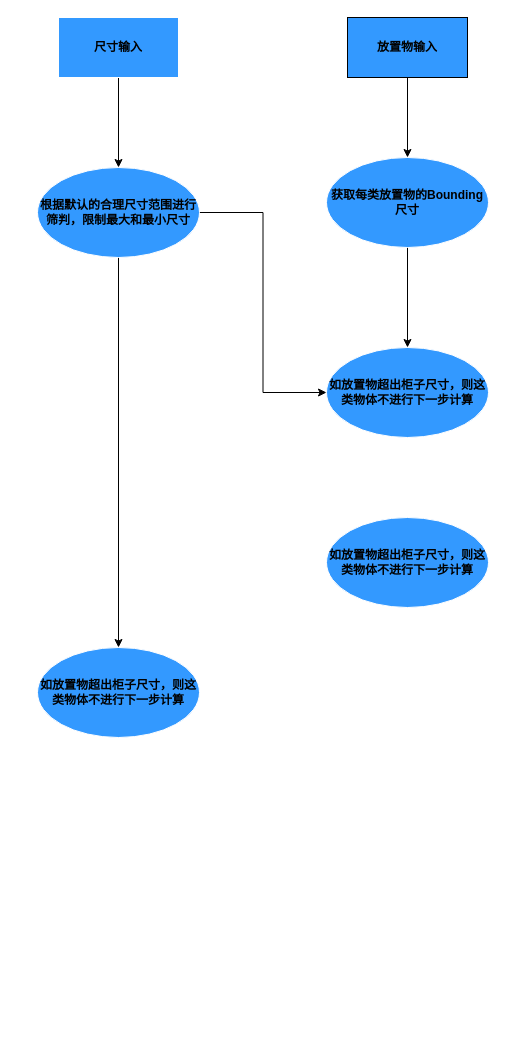
Earlier version of the draw.io diagram cabinet.drawio (caropro/program). Source tidied: cells renumbered, new cells numbered last; positions are measured from the earlier drawing's top-left corner, leaving out a move shared by most shapes. Both pictures are drawn from the tidied source at 100%, with x=0, y=0 at pixel (37, 17).
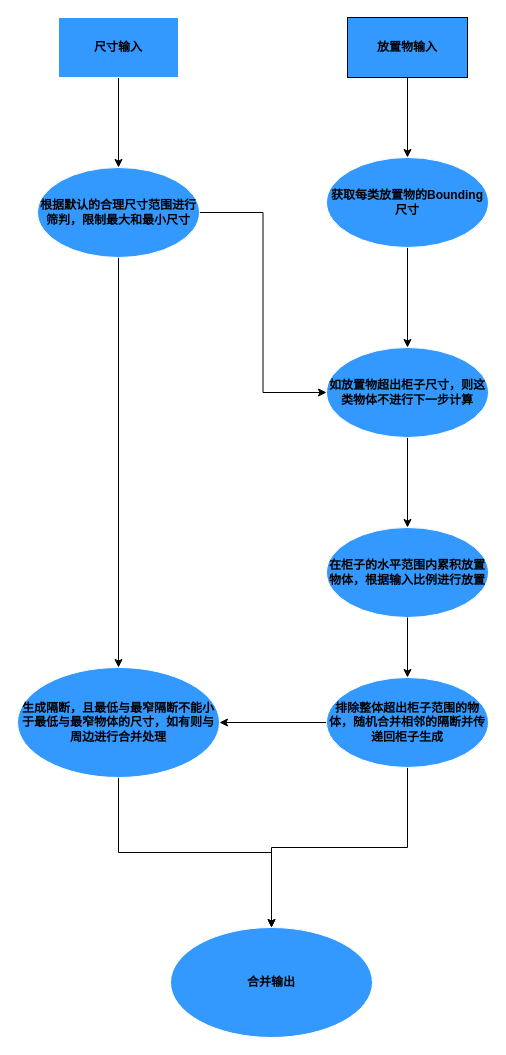
The same diagram, later.

Unchanged cells that the change refers to:
```xml
<mxCell id="8" value="根据默认的合理尺寸范围进行筛判，限制最大和最小尺寸" style="ellipse;whiteSpace=wrap;html=1;strokeColor=#FFFFFF;fillColor=#3399FF;fontStyle=1;" parent="1" vertex="1">
  <mxGeometry y="150" width="162" height="90" as="geometry" />
</mxCell>
<mxCell id="11" value="如放置物超出柜子尺寸，则这类物体不进行下一步计算" style="ellipse;whiteSpace=wrap;html=1;strokeColor=#FFFFFF;fillColor=#3399FF;fontStyle=1;" parent="1" vertex="1">
  <mxGeometry x="289" y="330" width="162" height="90" as="geometry" />
</mxCell>
```

Diff of the diagram source:
```diff
@@
-    <mxCell id="7" style="edgeStyle=orthogonalEdgeStyle;rounded=0;jettySize=auto;html=1;entryX=0.5;entryY=0;entryDx=0;entryDy=0;" parent="1" edge="1" source="8" target="12">
-      <mxGeometry relative="1" as="geometry" />
-    </mxCell>
+    <mxCell id="14" style="edgeStyle=orthogonalEdgeStyle;rounded=0;jettySize=auto;html=1;" parent="1" edge="1" source="8" target="20">
+      <mxGeometry relative="1" as="geometry" />
+    </mxCell>
@@
+    <mxCell id="15" style="edgeStyle=orthogonalEdgeStyle;rounded=0;jettySize=auto;html=1;entryX=0.5;entryY=0;entryDx=0;entryDy=0;" parent="1" edge="1" source="11" target="18">
+      <mxGeometry relative="1" as="geometry" />
+    </mxCell>
@@
-    <mxCell id="12" value="如放置物超出柜子尺寸，则这类物体不进行下一步计算" style="ellipse;whiteSpace=wrap;html=1;strokeColor=#FFFFFF;fillColor=#3399FF;fontStyle=1;" parent="1" vertex="1">
-      <mxGeometry y="630" width="162" height="90" as="geometry" />
-    </mxCell>
-    <mxCell id="13" value="如放置物超出柜子尺寸，则这类物体不进行下一步计算" style="ellipse;whiteSpace=wrap;html=1;strokeColor=#FFFFFF;fillColor=#3399FF;fontStyle=1;" parent="1" vertex="1">
-      <mxGeometry x="289" y="500" width="162" height="90" as="geometry" />
-    </mxCell>
+    <mxCell id="16" style="edgeStyle=orthogonalEdgeStyle;rounded=0;jettySize=auto;html=1;entryX=1;entryY=0.5;entryDx=0;entryDy=0;" parent="1" edge="1" source="23" target="20">
+      <mxGeometry relative="1" as="geometry" />
+    </mxCell>
+    <mxCell id="17" style="edgeStyle=orthogonalEdgeStyle;rounded=0;jettySize=auto;html=1;" parent="1" edge="1" source="23" target="21">
+      <mxGeometry relative="1" as="geometry" />
+    </mxCell>
+    <mxCell id="18" value="在柜子的水平范围内累积放置物体，根据输入比例进行放置" style="ellipse;whiteSpace=wrap;html=1;strokeColor=#FFFFFF;fillColor=#3399FF;fontStyle=1;" parent="1" vertex="1">
+      <mxGeometry x="289" y="510" width="162" height="90" as="geometry" />
+    </mxCell>
+    <mxCell id="19" style="edgeStyle=orthogonalEdgeStyle;rounded=0;jettySize=auto;html=1;" parent="1" edge="1" source="20" target="21">
+      <mxGeometry relative="1" as="geometry" />
+    </mxCell>
+    <mxCell id="20" value="生成隔断，且最低与最窄隔断不能小于最低与最窄物体的尺寸，如有则与周边进行合并处理" style="ellipse;whiteSpace=wrap;html=1;strokeColor=#FFFFFF;fillColor=#3399FF;fontStyle=1;" parent="1" vertex="1">
+      <mxGeometry x="-20" y="650" width="202" height="110" as="geometry" />
+    </mxCell>
+    <mxCell id="21" value="合并输出" style="ellipse;whiteSpace=wrap;html=1;strokeColor=#FFFFFF;fillColor=#3399FF;fontStyle=1;" parent="1" vertex="1">
+      <mxGeometry x="133" y="910" width="202" height="110" as="geometry" />
+    </mxCell>
+    <mxCell id="22" style="edgeStyle=orthogonalEdgeStyle;rounded=0;jettySize=auto;html=1;" parent="1" edge="1" source="18" target="23">
+      <mxGeometry relative="1" as="geometry" />
+    </mxCell>
+    <mxCell id="23" value="排除整体超出柜子范围的物体，随机合并相邻的隔断并传递回柜子生成" style="ellipse;whiteSpace=wrap;html=1;strokeColor=#FFFFFF;fillColor=#3399FF;fontStyle=1;" parent="1" vertex="1">
+      <mxGeometry x="289" y="660" width="162" height="90" as="geometry" />
+    </mxCell>
```
